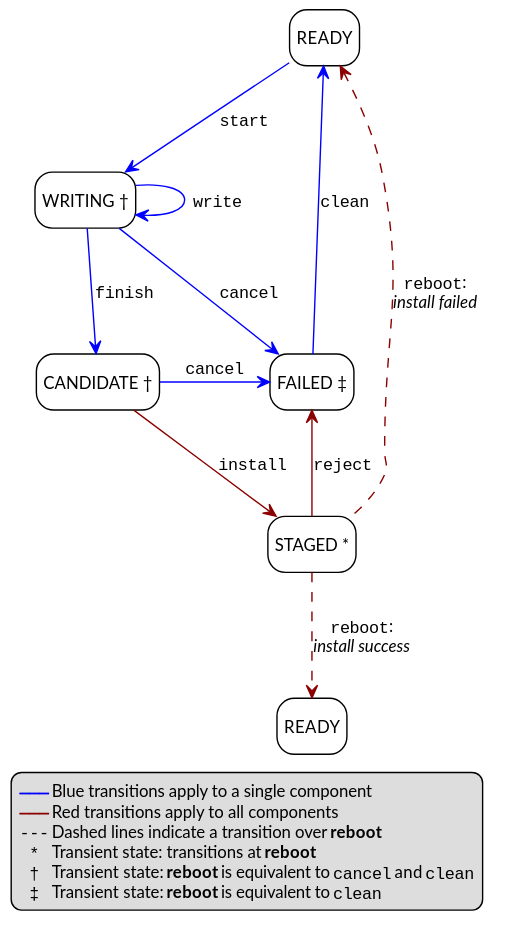
Earlier version of the PlantUML export doc/fwu/figure/states/no-trial-volatile.svg (ARM-software/psa-api). Its source is kept beside it as doc/fwu/figure/states/no-trial-volatile.puml.
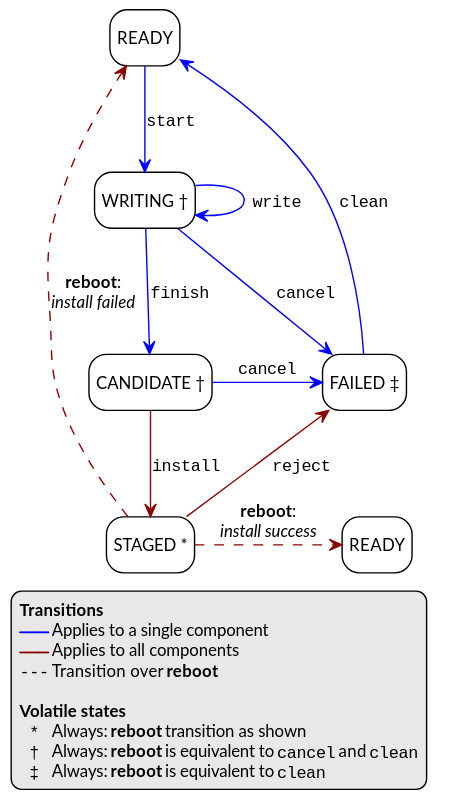
The same file after the commit.

The edit, as a diff of the source:
```diff
@@ -4,13 +4,16 @@
 
 skinparam LegendFontSize 12
 
-legend bottom
-  <color:blue>--""———""--</color> Blue transitions apply to a single component
-  <color:darkred>--""———""--</color> Red transitions apply to all components
-  ""---"" Dashed lines indicate a transition over **reboot**
-  "" * "" Transient state: transitions at **reboot**
-  "" † "" Transient state: **reboot** is equivalent to ""cancel"" and ""clean""
-  "" ‡ "" Transient state: **reboot** is equivalent to ""clean""
+legend
+  **Transitions**
+  <color:blue>--""———""--</color> Applies to a single component
+  <color:darkred>--""———""--</color> Applies to all components
+  ""---"" Transition over **reboot**
+
+  **Volatile states**
+  "" * "" Always: **reboot** transition as shown
+  "" † "" Always: **reboot** is equivalent to ""cancel"" and ""clean""
+  "" ‡ "" Always: **reboot** is equivalent to ""clean""
 end legend
 
 state Start as "READY"
@@ -25,10 +28,10 @@
 Writing -[#blue]-> Candidate : ""finish""
 Writing -[#blue]-> Failed : ""cancel""
 Candidate -r[#blue]-> Failed : ""cancel""
-Candidate -d[#darkred]-> Staged : ""install""
+Candidate -[#darkred]-> Staged : ""install""
 
-Staged -[#darkred,dashed]-> End : ""reboot"":\n//install success//
-Staged -u[#darkred,dashed]-> Start : ""reboot"":\n//install failed//
+Staged -r[#darkred,dashed]-> End : **reboot**:\n//install success//
+Staged -u[#darkred,dashed]-> Start : **reboot**:\n//install failed//
 Staged -u[#darkred]-> Failed : ""reject""
 
 Failed -u[#blue]-> Start: ""clean""
```
